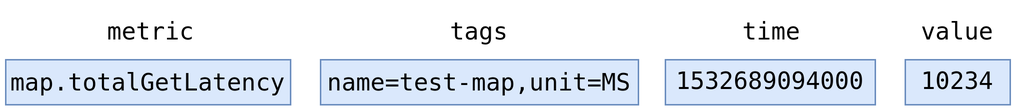
The draw.io diagram 2020-en-embedded-time-series-storage/slides/images/sample-data-point.png in puzpuzpuz/talks, before a commit. Source tidied: cells renumbered, new cells last; positions are measured from the earlier drawing's top-left corner, leaving out a move shared by most shapes.
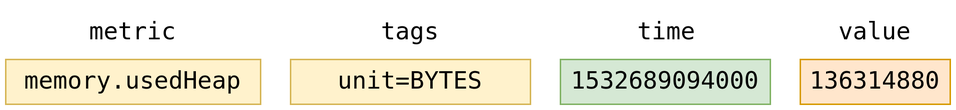
Above is the later version.

Diff of the diagram source:
```diff
@@ -2,29 +2,29 @@
   <root>
     <mxCell id="0" />
     <mxCell id="1" parent="0" />
-    <mxCell id="2" value="&lt;div style=&quot;font-family: &amp;quot;droid sans mono&amp;quot; , monospace , monospace , &amp;quot;droid sans fallback&amp;quot; ; font-weight: normal ; font-size: 16px ; line-height: 22px&quot;&gt;&lt;div&gt;&lt;span&gt;map.totalGetLatency&lt;/span&gt;&lt;/div&gt;&lt;/div&gt;" style="text;whiteSpace=wrap;html=1;align=center;fillColor=#dae8fc;strokeColor=#6c8ebf;verticalAlign=middle;" parent="1" vertex="1">
-      <mxGeometry y="36" width="190" height="30" as="geometry" />
+    <mxCell id="2" value="&lt;div style=&quot;line-height: 22px&quot;&gt;&lt;font face=&quot;droid sans mono, monospace, monospace, droid sans fallback&quot;&gt;&lt;span style=&quot;font-size: 16px&quot;&gt;memory.usedHeap&lt;/span&gt;&lt;/font&gt;&lt;br&gt;&lt;/div&gt;" style="text;whiteSpace=wrap;html=1;align=center;fillColor=#fff2cc;strokeColor=#d6b656;verticalAlign=middle;" parent="1" vertex="1">
+      <mxGeometry x="50" y="-204" width="170" height="30" as="geometry" />
     </mxCell>
-    <mxCell id="3" value="&lt;div style=&quot;font-family: &amp;quot;droid sans mono&amp;quot; , monospace , monospace , &amp;quot;droid sans fallback&amp;quot; ; font-weight: normal ; font-size: 16px ; line-height: 22px&quot;&gt;&lt;div&gt;&lt;span&gt;name=test-map,unit=MS&lt;/span&gt;&lt;/div&gt;&lt;/div&gt;" style="text;whiteSpace=wrap;html=1;align=center;fillColor=#dae8fc;strokeColor=#6c8ebf;verticalAlign=middle;" parent="1" vertex="1">
-      <mxGeometry x="210" y="36" width="212" height="30" as="geometry" />
+    <mxCell id="3" value="&lt;div style=&quot;line-height: 22px&quot;&gt;&lt;font face=&quot;droid sans mono, monospace, monospace, droid sans fallback&quot;&gt;&lt;span style=&quot;font-size: 16px&quot;&gt;unit=BYTES&lt;/span&gt;&lt;/font&gt;&lt;br&gt;&lt;/div&gt;" style="text;whiteSpace=wrap;html=1;align=center;fillColor=#fff2cc;strokeColor=#d6b656;verticalAlign=middle;" parent="1" vertex="1">
+      <mxGeometry x="240" y="-204" width="160" height="30" as="geometry" />
     </mxCell>
-    <mxCell id="4" value="&lt;div style=&quot;line-height: 22px&quot;&gt;&lt;font face=&quot;droid sans mono, monospace, monospace, droid sans fallback&quot;&gt;&lt;span style=&quot;font-size: 16px&quot;&gt;1532689094000&lt;/span&gt;&lt;/font&gt;&lt;br&gt;&lt;/div&gt;" style="text;whiteSpace=wrap;html=1;align=center;fillColor=#dae8fc;strokeColor=#6c8ebf;verticalAlign=middle;" parent="1" vertex="1">
-      <mxGeometry x="440" y="36" width="140" height="30" as="geometry" />
+    <mxCell id="4" value="&lt;div style=&quot;line-height: 22px&quot;&gt;&lt;font face=&quot;droid sans mono, monospace, monospace, droid sans fallback&quot;&gt;&lt;span style=&quot;font-size: 16px&quot;&gt;1532689094000&lt;/span&gt;&lt;/font&gt;&lt;br&gt;&lt;/div&gt;" style="text;whiteSpace=wrap;html=1;align=center;fillColor=#d5e8d4;strokeColor=#82b366;verticalAlign=middle;" parent="1" vertex="1">
+      <mxGeometry x="420" y="-204" width="140" height="30" as="geometry" />
     </mxCell>
-    <mxCell id="5" value="&lt;div style=&quot;line-height: 22px&quot;&gt;&lt;font face=&quot;droid sans mono, monospace, monospace, droid sans fallback&quot;&gt;&lt;span style=&quot;font-size: 16px&quot;&gt;10234&lt;/span&gt;&lt;/font&gt;&lt;br&gt;&lt;/div&gt;" style="text;whiteSpace=wrap;html=1;align=center;fillColor=#dae8fc;strokeColor=#6c8ebf;verticalAlign=middle;" parent="1" vertex="1">
-      <mxGeometry x="600" y="36" width="70" height="30" as="geometry" />
+    <mxCell id="5" value="&lt;div style=&quot;line-height: 22px&quot;&gt;&lt;font face=&quot;droid sans mono, monospace, monospace, droid sans fallback&quot;&gt;&lt;span style=&quot;font-size: 16px&quot;&gt;136314880&lt;/span&gt;&lt;/font&gt;&lt;br&gt;&lt;/div&gt;" style="text;whiteSpace=wrap;html=1;align=center;fillColor=#ffe6cc;strokeColor=#d79b00;verticalAlign=middle;" parent="1" vertex="1">
+      <mxGeometry x="580" y="-204" width="100" height="30" as="geometry" />
     </mxCell>
     <mxCell id="6" value="&lt;div style=&quot;font-family: &amp;quot;droid sans mono&amp;quot; , monospace , monospace , &amp;quot;droid sans fallback&amp;quot; ; font-weight: normal ; font-size: 16px ; line-height: 22px&quot;&gt;&lt;div&gt;&lt;span&gt;metric&lt;/span&gt;&lt;/div&gt;&lt;/div&gt;" style="text;whiteSpace=wrap;html=1;align=center;" parent="1" vertex="1">
-      <mxGeometry x="2" width="190" height="40" as="geometry" />
+      <mxGeometry x="50" y="-240" width="170" height="40" as="geometry" />
     </mxCell>
     <mxCell id="7" value="&lt;div style=&quot;font-family: &amp;#34;droid sans mono&amp;#34; , monospace , monospace , &amp;#34;droid sans fallback&amp;#34; ; font-weight: normal ; font-size: 16px ; line-height: 22px&quot;&gt;&lt;div&gt;&lt;span&gt;tags&lt;/span&gt;&lt;/div&gt;&lt;/div&gt;" style="text;whiteSpace=wrap;html=1;align=center;" parent="1" vertex="1">
-      <mxGeometry x="212" width="208" height="40" as="geometry" />
+      <mxGeometry x="240" y="-240" width="160" height="40" as="geometry" />
     </mxCell>
     <mxCell id="8" value="&lt;div style=&quot;font-family: &amp;#34;droid sans mono&amp;#34; , monospace , monospace , &amp;#34;droid sans fallback&amp;#34; ; font-weight: normal ; font-size: 16px ; line-height: 22px&quot;&gt;&lt;div&gt;&lt;span&gt;time&lt;/span&gt;&lt;/div&gt;&lt;/div&gt;" style="text;whiteSpace=wrap;html=1;align=center;" parent="1" vertex="1">
-      <mxGeometry x="442" width="138" height="40" as="geometry" />
+      <mxGeometry x="422" y="-240" width="138" height="40" as="geometry" />
     </mxCell>
     <mxCell id="9" value="&lt;div style=&quot;font-family: &amp;#34;droid sans mono&amp;#34; , monospace , monospace , &amp;#34;droid sans fallback&amp;#34; ; font-weight: normal ; font-size: 16px ; line-height: 22px&quot;&gt;&lt;div&gt;&lt;span&gt;value&lt;/span&gt;&lt;/div&gt;&lt;/div&gt;" style="text;whiteSpace=wrap;html=1;align=center;" parent="1" vertex="1">
-      <mxGeometry x="600" width="70" height="40" as="geometry" />
+      <mxGeometry x="580" y="-240" width="100" height="40" as="geometry" />
     </mxCell>
   </root>
 </mxGraphModel>
```
